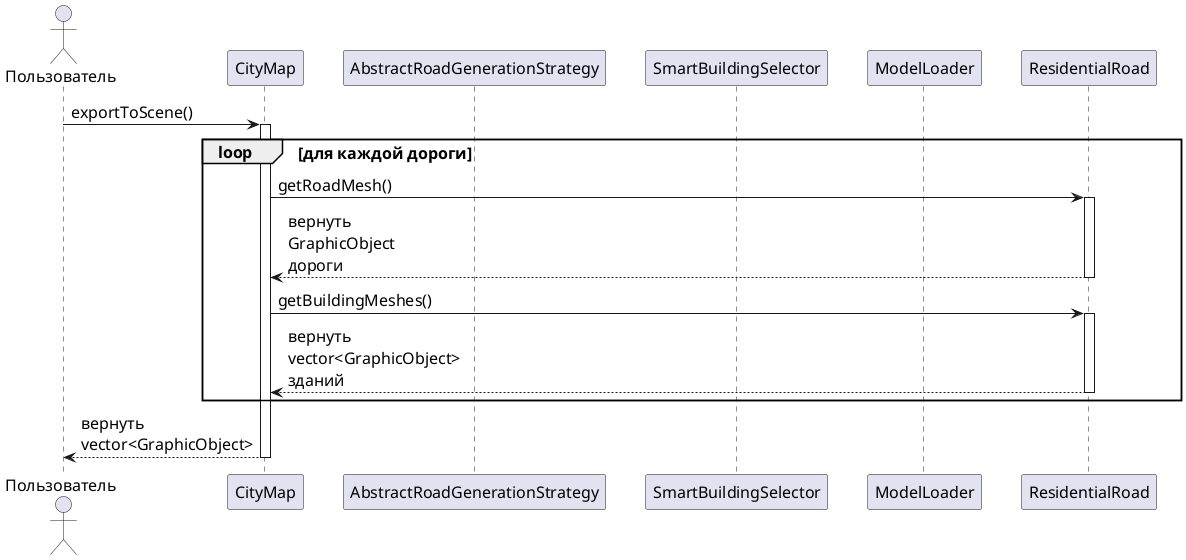
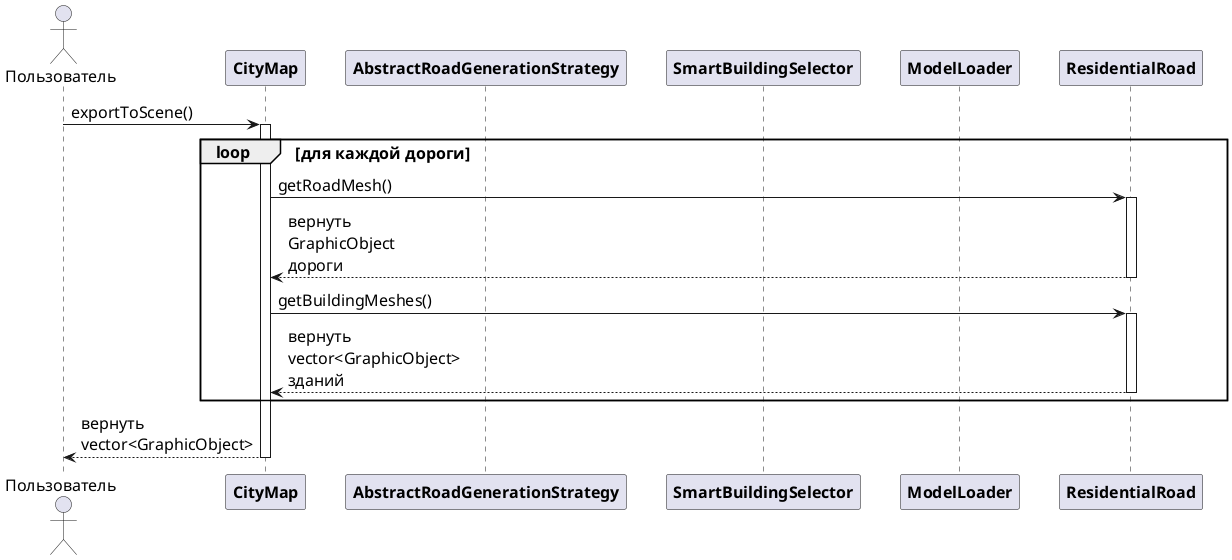
@startuml
skinparam ParticipantPadding 15
skinparam maxMessageSize 160
skinparam defaultFontSize 16
- 
+ skinparam participant {
+     FontName "Courier New"
+     FontSize 16
+     FontStyle bold
+ }
actor Пользователь
participant "CityMap" as CM
participant "AbstractRoadGenerationStrategy" as RG
participant "SmartBuildingSelector" as SBS
participant "ModelLoader" as ML
participant "ResidentialRoad" as RR


Пользователь -> CM: exportToScene()
activate CM
loop для каждой дороги
    CM -> RR: getRoadMesh()
    activate RR
    RR --> CM: вернуть GraphicObject дороги
    deactivate RR
    CM -> RR: getBuildingMeshes()
    activate RR
    RR --> CM: вернуть vector<GraphicObject> зданий
    deactivate RR
end
CM --> Пользователь: вернуть vector<GraphicObject>
deactivate CM

@enduml